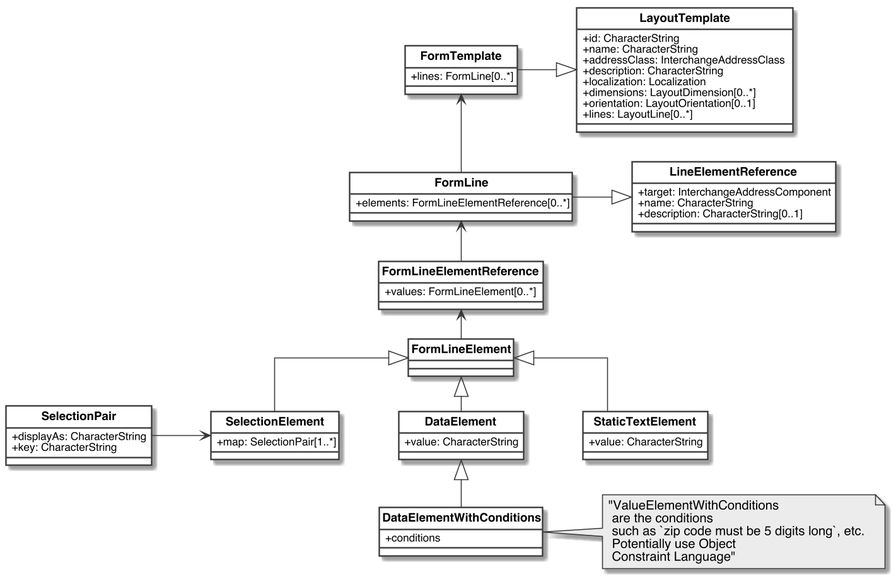
CalConnect/csd-digital-addresses keeps this PlantUML diagram as images/FormTemplate.png. Above is the earlier version.
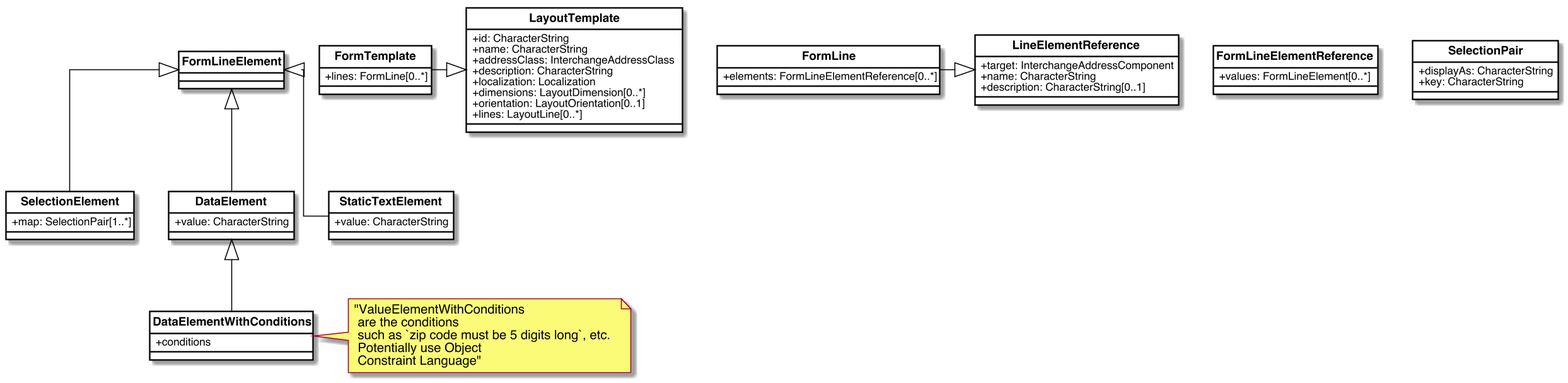
After the change.

Change to the diagram source:
```diff
@@ -1,66 +1,72 @@
-@startuml FormTemplate
+@startuml
 
-skinparam classAttributeIconSize 0
+
 skinparam Dpi 150
-skinparam Monochrome true
+skinparam Monochrome false
 skinparam LineType ortho
-skinparam nodesep 60
-skinparam ranksep 30
 hide circle
 skinparam Default {
-TextAlignment center
-FontName Helvetica
+  TextAlignment center
+  FontName Helvetica
 }
 skinparam Class {
-AttributeIconSize 0
-BackgroundColor White
-FontStyle bold
-StereotypeFontSize 10
+  AttributeIconSize 0
+  BackgroundColor White
+  ArrowColor Black
+  BorderColor Black
+  FontStyle bold
+  StereotypeFontSize 10
 }
 skinparam Rectangle {
-BackgroundColor White
-FontStyle bold
-FontSize 11
-StereotypeFontSize 10
+  BackgroundColor White
+  ArrowColor Black
+  BorderColor Black
+  FontStyle bold
+  FontSize 11
+  StereotypeFontSize 10
 }
 skinparam Object {
-BackgroundColor White
-FontStyle bold
-FontSize 11
-StereotypeFontSize 10
+  BackgroundColor White
+  ArrowColor Black
+  BorderColor Black
+  FontStyle bold
+  FontSize 11
+  StereotypeFontSize 10
 }
 
 skinparam Entity {
-StereotypeFontSize 10
+  StereotypeFontSize 10
 }
 
+
+
 class FormTemplate {
-    +lines: FormLine[0..*]
+  +lines: FormLine[0..*]
 }
 
 class LayoutTemplate{
-    +id: CharacterString
-    +name: CharacterString
-    +addressClass: InterchangeAddressClass
-    +description: CharacterString
-    +localization: Localization
-    +dimensions: LayoutDimension[0..*]
-    +orientation: LayoutOrientation[0..1]
-    +lines: LayoutLine[0..*]
+  +id: CharacterString
+  +name: CharacterString
+  +addressClass: InterchangeAddressClass
+  +description: CharacterString
+  +localization: Localization
+  +dimensions: LayoutDimension[0..*]
+  +orientation: LayoutOrientation[0..1]
+  +lines: LayoutLine[0..*]
 }
 
 class FormLine{
-    +elements: FormLineElementReference[0..*]
+  +elements: FormLineElementReference[0..*]
 }
 
 class LineElementReference{
-    +target: InterchangeAddressComponent
-    +name: CharacterString
-    +description: CharacterString[0..1]
+  +target: InterchangeAddressComponent
+  +name: CharacterString
+  +description: CharacterString[0..1]
 }
 
 class FormLineElementReference{
-    +values: FormLineElement[0..*]
+  +values: FormLineElement[0..*]
 }
 
 class FormLineElement{
@@ -68,35 +74,31 @@
 }
 
 class SelectionPair{
-    +displayAs: CharacterString
-    +key: CharacterString
+  +displayAs: CharacterString
+  +key: CharacterString
 }
 
 class SelectionElement{
-    +map: SelectionPair[1..*]
+  +map: SelectionPair[1..*]
 }
 
 class DataElement{
-    +value: CharacterString
+  +value: CharacterString
 }
 
 class StaticTextElement{
-    +value: CharacterString
+  +value: CharacterString
 }
 
 class DataElementWithConditions{
-    +conditions
+  +conditions
 }
 
 
 note right of DataElementWithConditions: "ValueElementWithConditions\n are the conditions\n such as `zip code must be 5 digits long`, etc.\n Potentially use Object\n Constraint Language"
 
 LayoutTemplate <|-left- FormTemplate
-FormLine -up-> FormTemplate
-FormLineElementReference -up-> FormLine
-FormLineElement -up-> FormLineElementReference
 StaticTextElement -up-|> FormLineElement
-SelectionPair -right-> SelectionElement
 SelectionElement -up-|> FormLineElement
 DataElement -up-|> FormLineElement
 DataElement <|-- DataElementWithConditions
```
